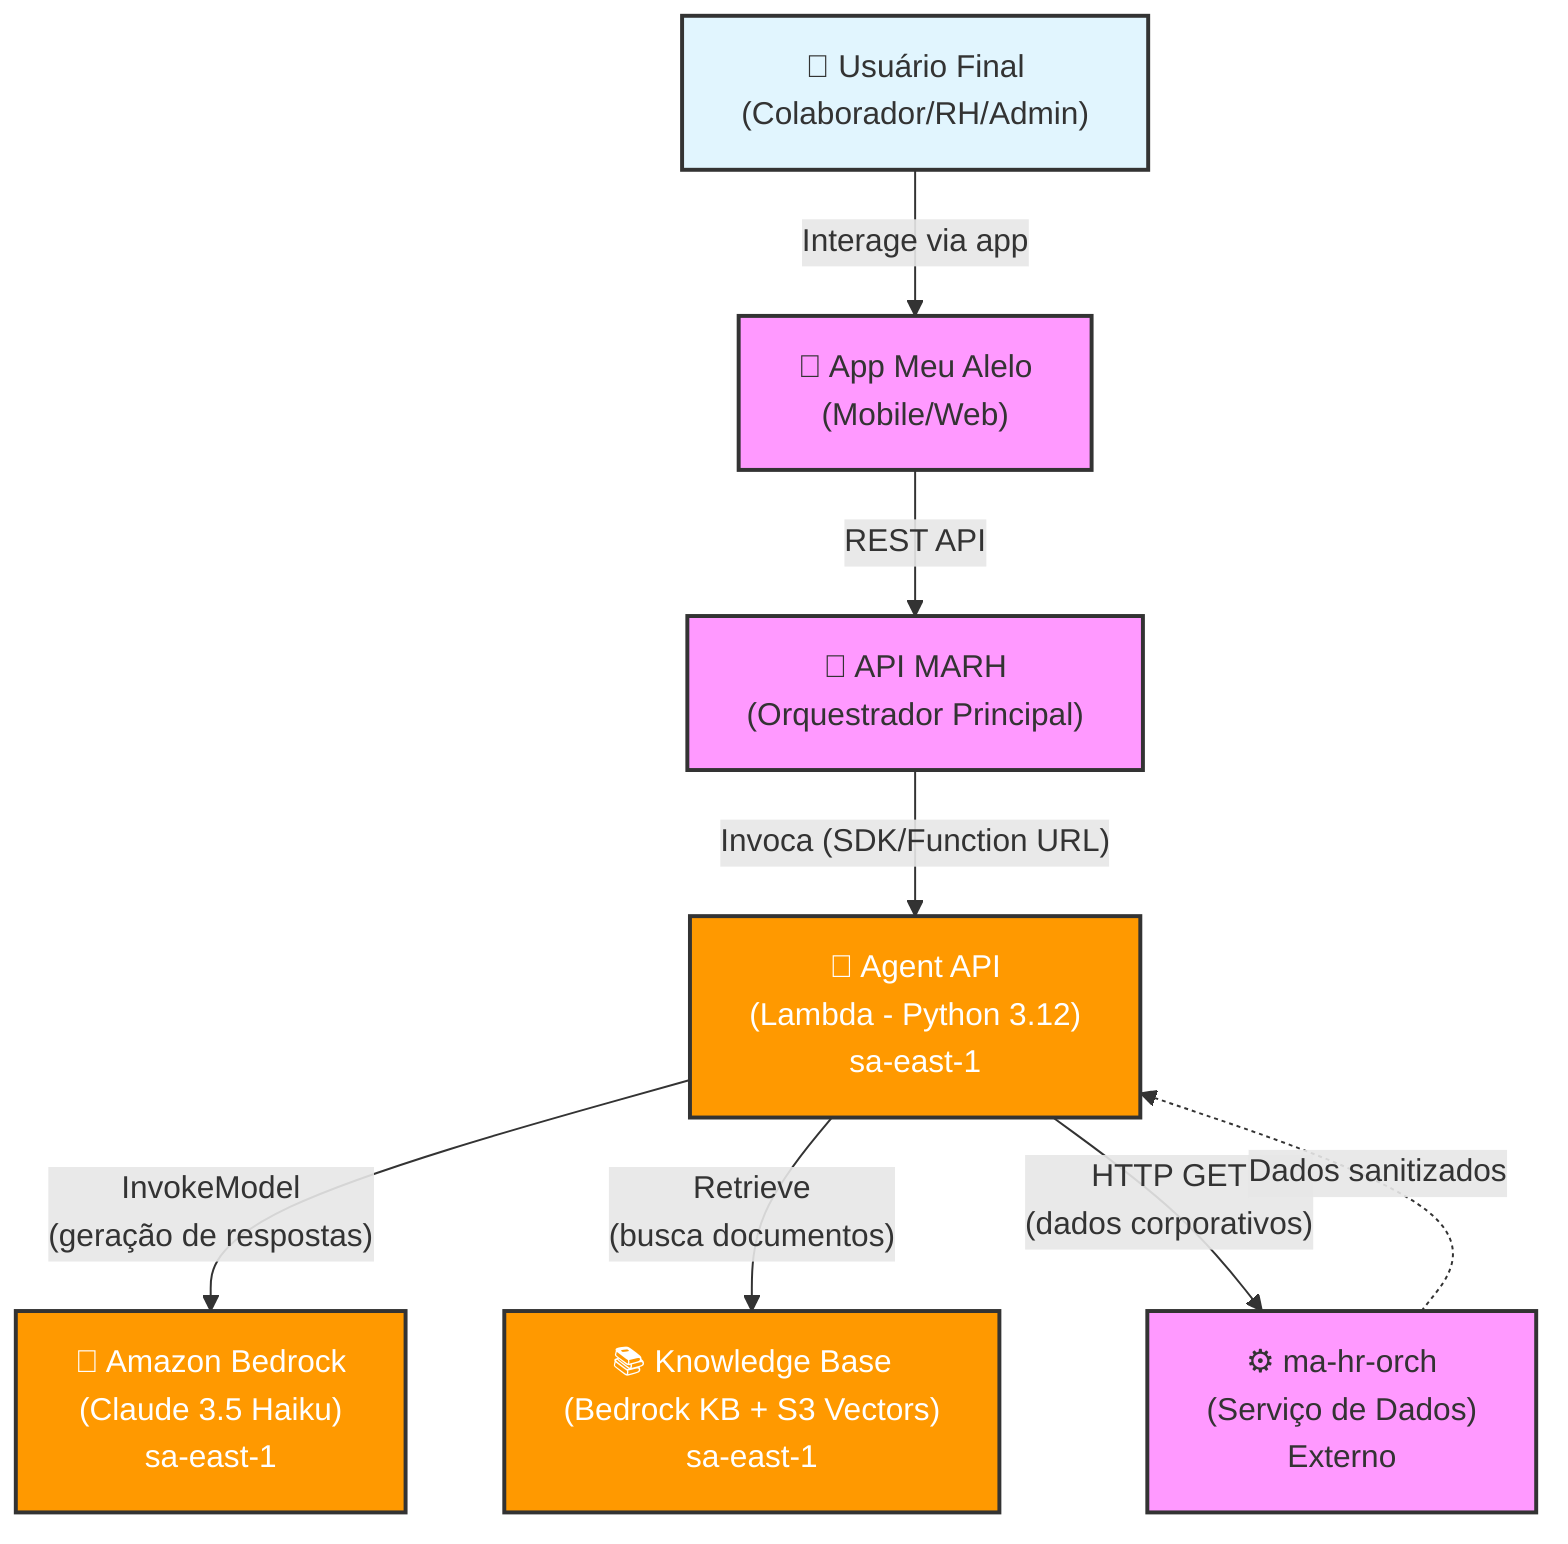
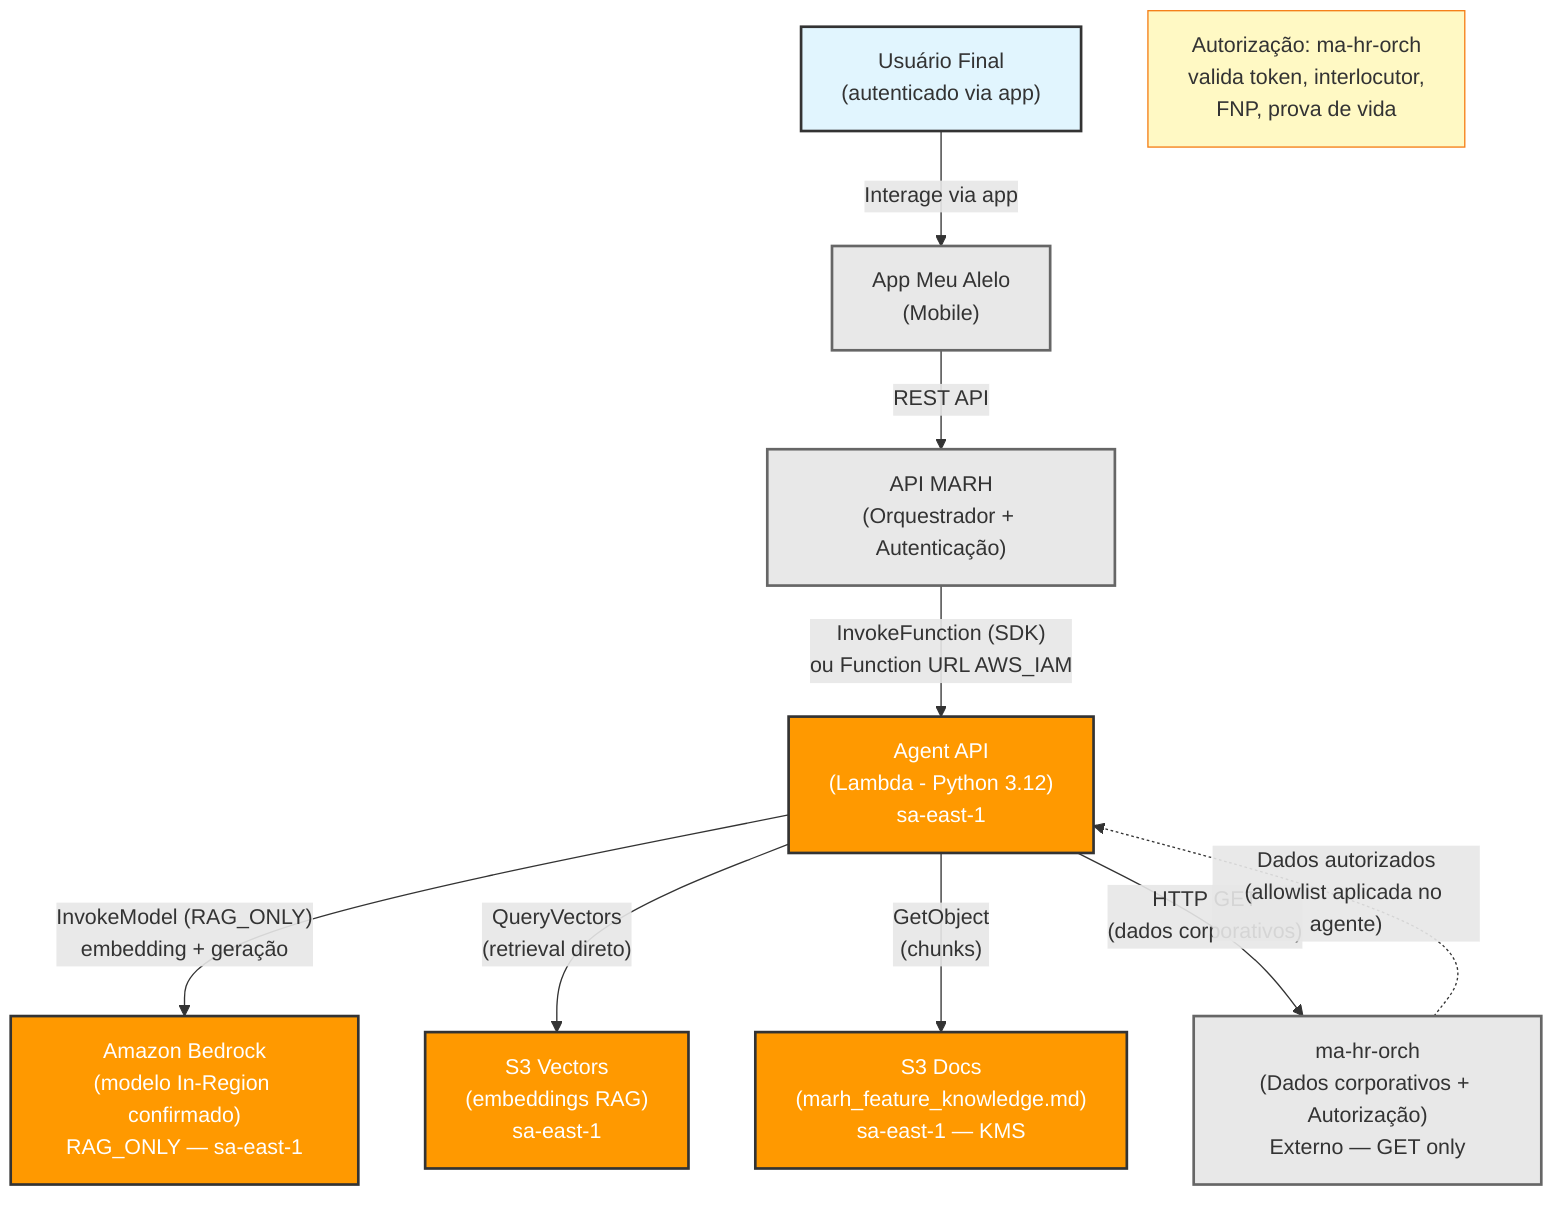
%% C4 Context Diagram - MARH Consultive Agent
- %% Data: 2026-07-23
+ %% Data: 2026-07-23 (revisão corretiva)
+ %% Modelo: PROPOSED_PENDING_ACCOUNT_VALIDATION

graph TB
    %% Actors
-     User["👤 Usuário Final<br/>(Colaborador/RH/Admin)"]
+     User["Usuário Final<br/>(autenticado via app)"]

    %% Systems
-     AppMeuAlelo["📱 App Meu Alelo<br/>(Mobile/Web)"]
-     APIMARH["🔗 API MARH<br/>(Orquestrador Principal)"]
-     AgentAPI["🤖 Agent API<br/>(Lambda - Python 3.12)<br/>sa-east-1"]
-     Bedrock["🧠 Amazon Bedrock<br/>(Claude 3.5 Haiku)<br/>sa-east-1"]
-     MaHrOrch["⚙️ ma-hr-orch<br/>(Serviço de Dados)<br/>Externo"]
-     KnowledgeBase["📚 Knowledge Base<br/>(Bedrock KB + S3 Vectors)<br/>sa-east-1"]
+     AppMeuAlelo["App Meu Alelo<br/>(Mobile)"]
+     APIMARH["API MARH<br/>(Orquestrador + Autenticação)"]
+     AgentAPI["Agent API<br/>(Lambda - Python 3.12)<br/>sa-east-1"]
+     Bedrock["Amazon Bedrock<br/>(modelo In-Region confirmado)<br/>RAG_ONLY — sa-east-1"]
+     MaHrOrch["ma-hr-orch<br/>(Dados corporativos + Autorização)<br/>Externo — GET only"]
+     S3Vectors["S3 Vectors<br/>(embeddings RAG)<br/>sa-east-1"]
+     S3Docs["S3 Docs<br/>(marh_feature_knowledge.md)<br/>sa-east-1 — KMS"]

    %% Relationships
    User -->|"Interage via app"| AppMeuAlelo
    AppMeuAlelo -->|"REST API"| APIMARH
-     APIMARH -->|"Invoca (SDK/Function URL)"| AgentAPI
-     AgentAPI -->|"InvokeModel<br/>(geração de respostas)"| Bedrock
-     AgentAPI -->|"Retrieve<br/>(busca documentos)"| KnowledgeBase
+     APIMARH -->|"InvokeFunction (SDK)<br/>ou Function URL AWS_IAM"| AgentAPI
+     AgentAPI -->|"InvokeModel (RAG_ONLY)<br/>embedding + geração"| Bedrock
+     AgentAPI -->|"QueryVectors<br/>(retrieval direto)"| S3Vectors
+     AgentAPI -->|"GetObject<br/>(chunks)"| S3Docs
    AgentAPI -->|"HTTP GET<br/>(dados corporativos)"| MaHrOrch
-     MaHrOrch -.->|"Dados sanitizados"| AgentAPI
+     MaHrOrch -.->|"Dados autorizados<br/>(allowlist aplicada no agente)"| AgentAPI
+ 
+     %% Notes
+     Note1["Autorização: ma-hr-orch<br/>valida token, interlocutor,<br/>FNP, prova de vida"]

    %% Styling
-     classDef external fill:#f9f,stroke:#333,stroke-width:2px
+     classDef external fill:#e8e8e8,stroke:#666,stroke-width:2px
    classDef aws fill:#ff9900,stroke:#333,stroke-width:2px,color:#fff
    classDef user fill:#e1f5fe,stroke:#333,stroke-width:2px
+     classDef note fill:#fff9c4,stroke:#f57f17,stroke-width:1px

    class User user
    class AppMeuAlelo,APIMARH,MaHrOrch external
-     class AgentAPI,Bedrock,KnowledgeBase aws
+     class AgentAPI,Bedrock,S3Vectors,S3Docs aws
+     class Note1 note
